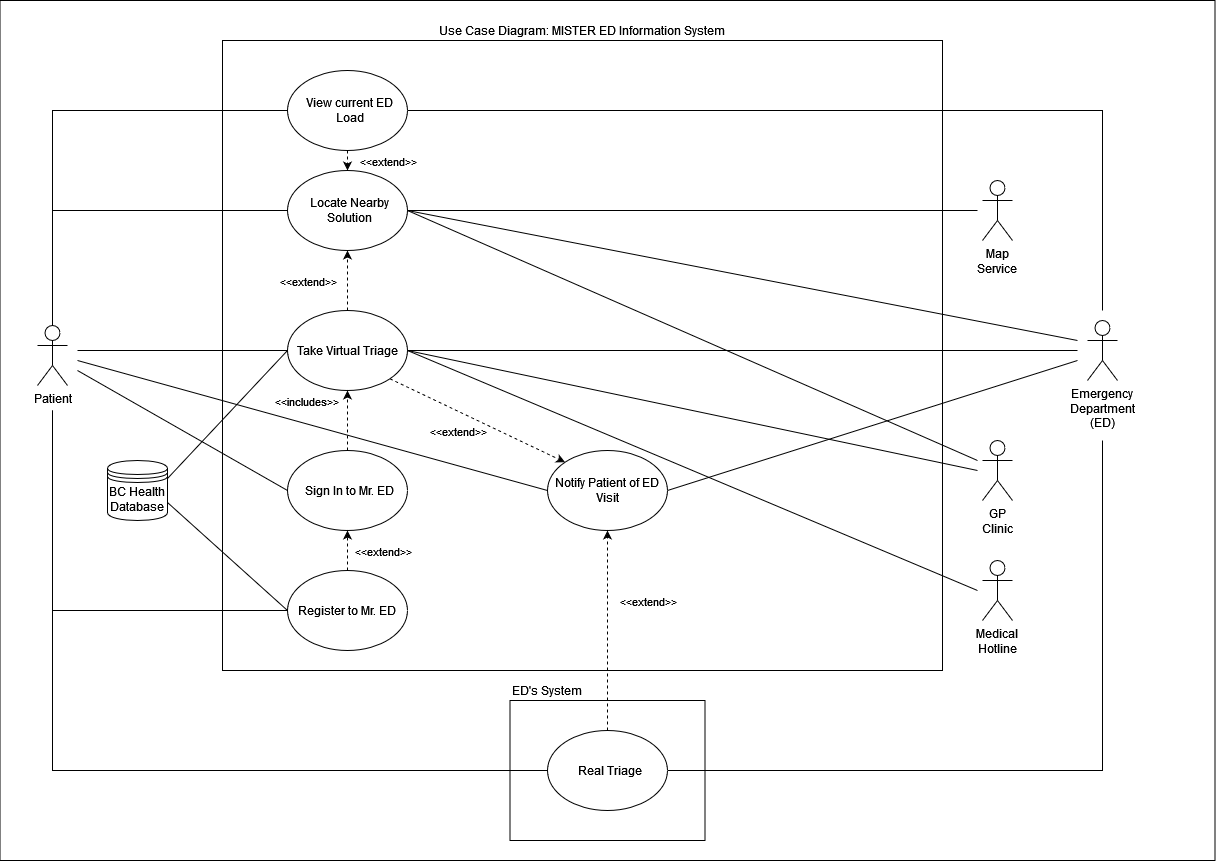
uvic-teach/project-m1-team9 keeps this draw.io diagram as Assets/UseCaseDiagram.drawio.png. Above is the earlier version. Source tidied: cells renumbered, new cells last; positions are measured from the earlier drawing's top-left corner, leaving out a move shared by most shapes.
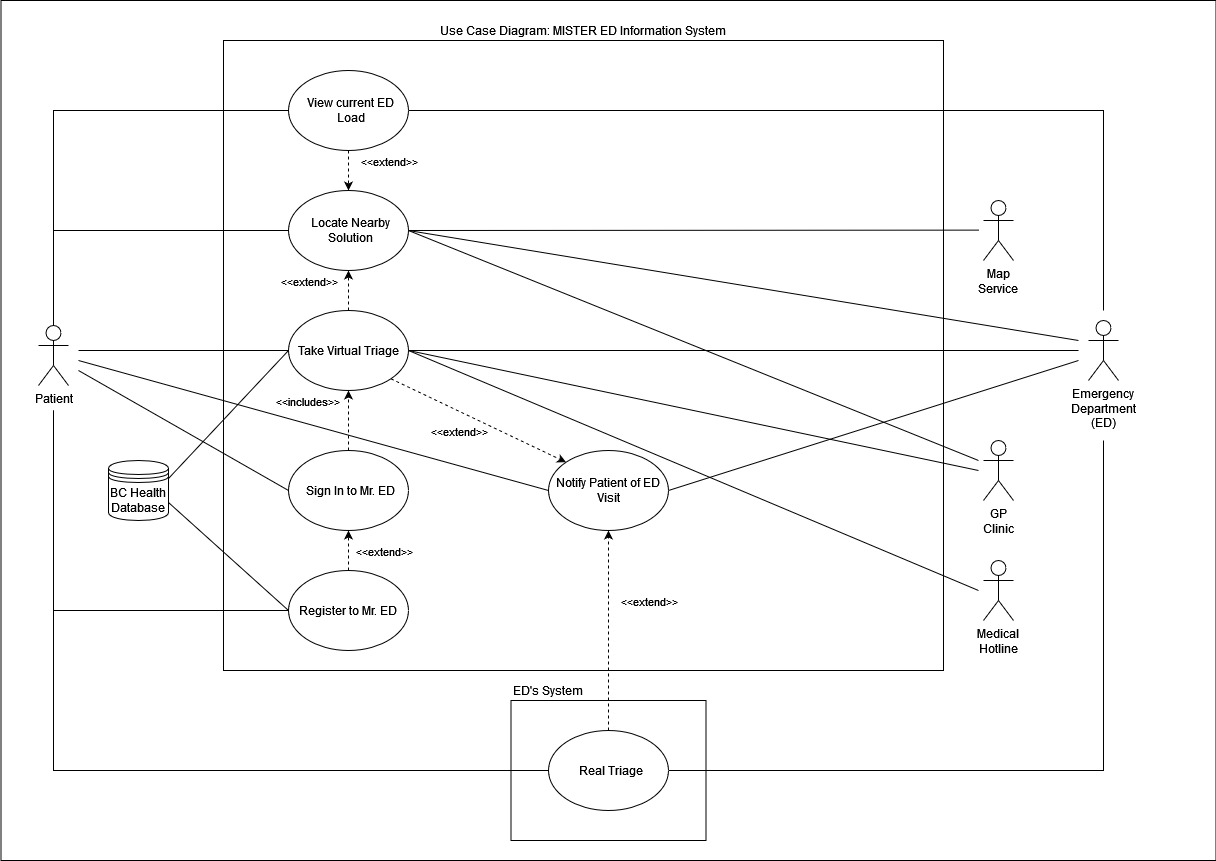
Above is the later version.

Diff of the diagram source:
```diff
@@ -36,7 +36,7 @@
     <mxCell id="9" style="edgeStyle=orthogonalEdgeStyle;rounded=0;jettySize=auto;html=1;entryX=0;entryY=0.5;entryDx=0;entryDy=0;endArrow=none;endFill=0;" parent="1" edge="1" source="11" target="34">
       <mxGeometry relative="1" as="geometry">
         <Array as="points">
-          <mxPoint x="53" y="210" />
+          <mxPoint x="53" y="230" />
         </Array>
       </mxGeometry>
     </mxCell>
@@ -141,15 +141,13 @@
       <mxGeometry x="308" y="280" as="geometry" />
     </mxCell>
     <mxCell id="34" value="Locate Nearby Solution" style="ellipse;whiteSpace=wrap;html=1;spacingLeft=5;" parent="1" vertex="1">
-      <mxGeometry x="288" y="170" width="120" height="80" as="geometry" />
+      <mxGeometry x="288" y="190" width="120" height="80" as="geometry" />
     </mxCell>
-    <mxCell id="35" style="rounded=0;jettySize=auto;html=1;entryX=1;entryY=0.5;entryDx=0;entryDy=0;endArrow=none;endFill=0;" parent="1" edge="1" target="34">
-      <mxGeometry relative="1" as="geometry">
-        <mxPoint x="978" y="210" as="sourcePoint" />
-      </mxGeometry>
+    <mxCell id="35" style="rounded=0;jettySize=auto;html=1;entryX=1;entryY=0.5;entryDx=0;entryDy=0;endArrow=none;endFill=0;exitX=0.805;exitY=0.267;exitDx=0;exitDy=0;exitPerimeter=0;" parent="1" edge="1" source="2" target="34">
+      <mxGeometry relative="1" as="geometry" />
     </mxCell>
     <mxCell id="36" value="Map Service" style="shape=umlActor;verticalLabelPosition=bottom;verticalAlign=top;html=1;whiteSpace=wrap;" parent="1" vertex="1">
-      <mxGeometry x="983" y="180" width="30" height="60" as="geometry" />
+      <mxGeometry x="983" y="200" width="30" height="60" as="geometry" />
     </mxCell>
     <mxCell id="37" style="rounded=0;jettySize=auto;html=1;endArrow=none;endFill=0;exitX=1;exitY=0.5;exitDx=0;exitDy=0;" parent="1" edge="1" source="34">
       <mxGeometry relative="1" as="geometry">
```
